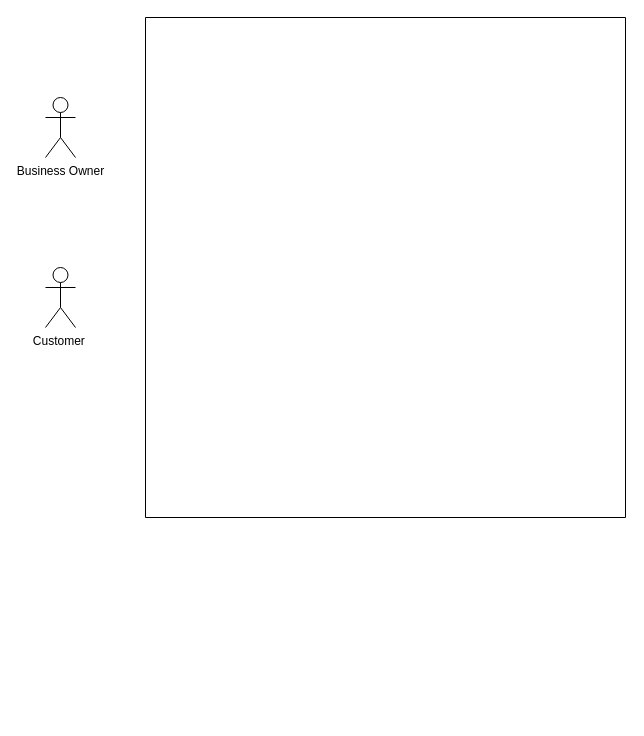
Earlier version of the draw.io diagram Untitled Diagram.drawio (willdonlan8/hello-world). Source tidied: cells renumbered, new cells numbered last; positions are measured from the earlier drawing's top-left corner, leaving out a move shared by most shapes. Both pictures are drawn from the tidied source at 100%, with x=0, y=0 at pixel (45, 17).
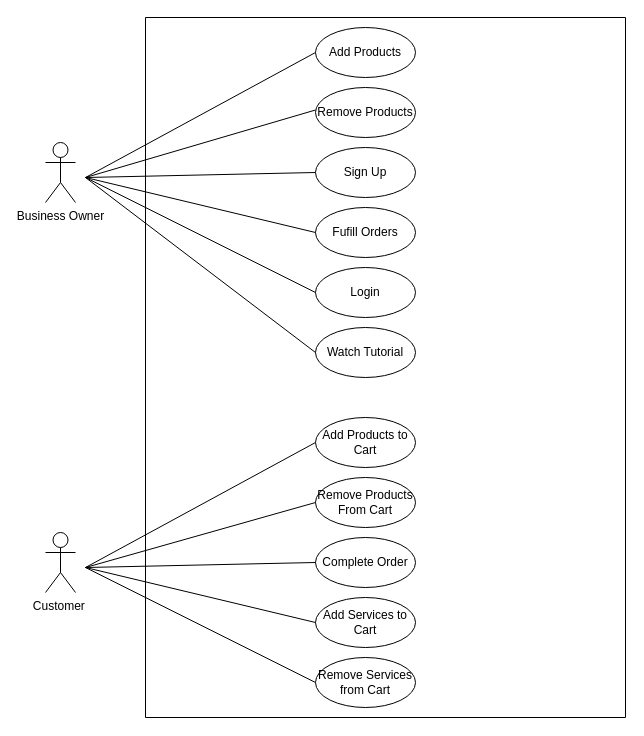
Above is the later version.

What changed in the source:
```diff
@@
     <mxCell id="2" value="Business Owner" style="shape=umlActor;verticalLabelPosition=bottom;verticalAlign=top;html=1;" parent="1" vertex="1">
-      <mxGeometry y="80" width="30" height="60" as="geometry" />
+      <mxGeometry y="125" width="30" height="60" as="geometry" />
     </mxCell>
     <mxCell id="3" value="Customer&amp;nbsp;" style="shape=umlActor;verticalLabelPosition=bottom;verticalAlign=top;html=1;" parent="1" vertex="1">
-      <mxGeometry y="250" width="30" height="60" as="geometry" />
+      <mxGeometry y="515" width="30" height="60" as="geometry" />
     </mxCell>
     <mxCell id="4" style="endArrow=none;html=1;" parent="1" edge="1">
       <mxGeometry relative="1" as="geometry">
-        <mxPoint x="100" y="500" as="sourcePoint" />
+        <mxPoint x="100" y="700" as="sourcePoint" />
         <mxPoint x="100" as="targetPoint" />
       </mxGeometry>
     </mxCell>
     <mxCell id="5" style="endArrow=none;html=1;" parent="1" edge="1">
       <mxGeometry relative="1" as="geometry">
-        <mxPoint x="100" y="500" as="sourcePoint" />
-        <mxPoint x="580" y="500" as="targetPoint" />
+        <mxPoint x="100" y="700" as="sourcePoint" />
+        <mxPoint x="580" y="700" as="targetPoint" />
       </mxGeometry>
     </mxCell>
     <mxCell id="6" style="endArrow=none;html=1;" parent="1" edge="1">
       <mxGeometry relative="1" as="geometry">
-        <mxPoint x="580" y="500" as="sourcePoint" />
+        <mxPoint x="580" y="700" as="sourcePoint" />
         <mxPoint x="580" as="targetPoint" />
       </mxGeometry>
     </mxCell>
@@
+    <mxCell id="8" value="Sign Up" style="ellipse;whiteSpace=wrap;html=1;" parent="1" vertex="1">
+      <mxGeometry x="270" y="130" width="100" height="50" as="geometry" />
+    </mxCell>
+    <mxCell id="9" value="Add Products" style="ellipse;whiteSpace=wrap;html=1;" parent="1" vertex="1">
+      <mxGeometry x="270" y="10" width="100" height="50" as="geometry" />
+    </mxCell>
+    <mxCell id="10" value="Login" style="ellipse;whiteSpace=wrap;html=1;" parent="1" vertex="1">
+      <mxGeometry x="270" y="250" width="100" height="50" as="geometry" />
+    </mxCell>
+    <mxCell id="11" value="Remove Products" style="ellipse;whiteSpace=wrap;html=1;" parent="1" vertex="1">
+      <mxGeometry x="270" y="70" width="100" height="50" as="geometry" />
+    </mxCell>
+    <mxCell id="12" value="Fufill Orders" style="ellipse;whiteSpace=wrap;html=1;" parent="1" vertex="1">
+      <mxGeometry x="270" y="190" width="100" height="50" as="geometry" />
+    </mxCell>
+    <mxCell id="13" value="Watch Tutorial" style="ellipse;whiteSpace=wrap;html=1;" parent="1" vertex="1">
+      <mxGeometry x="270" y="310" width="100" height="50" as="geometry" />
+    </mxCell>
+    <mxCell id="14" style="endArrow=none;html=1;entryX=0;entryY=0.5;entryDx=0;entryDy=0;" parent="1" edge="1" target="9">
+      <mxGeometry relative="1" as="geometry">
+        <mxPoint x="40" y="160" as="sourcePoint" />
+      </mxGeometry>
+    </mxCell>
+    <mxCell id="15" style="endArrow=none;html=1;entryX=0;entryY=0.5;entryDx=0;entryDy=0;" parent="1" edge="1">
+      <mxGeometry relative="1" as="geometry">
+        <mxPoint x="40" y="160" as="sourcePoint" />
+        <mxPoint x="270" y="92.5" as="targetPoint" />
+      </mxGeometry>
+    </mxCell>
+    <mxCell id="16" style="endArrow=none;html=1;entryX=0;entryY=0.5;entryDx=0;entryDy=0;" parent="1" edge="1" target="8">
+      <mxGeometry relative="1" as="geometry">
+        <mxPoint x="40" y="160" as="sourcePoint" />
+      </mxGeometry>
+    </mxCell>
+    <mxCell id="17" style="endArrow=none;html=1;entryX=0;entryY=0.5;entryDx=0;entryDy=0;" parent="1" edge="1" target="12">
+      <mxGeometry relative="1" as="geometry">
+        <mxPoint x="40" y="160" as="sourcePoint" />
+      </mxGeometry>
+    </mxCell>
+    <mxCell id="18" style="endArrow=none;html=1;entryX=0;entryY=0.5;entryDx=0;entryDy=0;" parent="1" edge="1" target="10">
+      <mxGeometry relative="1" as="geometry">
+        <mxPoint x="40" y="160" as="sourcePoint" />
+      </mxGeometry>
+    </mxCell>
+    <mxCell id="19" style="endArrow=none;html=1;entryX=0;entryY=0.5;entryDx=0;entryDy=0;" parent="1" edge="1" target="13">
+      <mxGeometry relative="1" as="geometry">
+        <mxPoint x="40" y="160" as="sourcePoint" />
+      </mxGeometry>
+    </mxCell>
+    <mxCell id="20" value="Add Products to Cart" style="ellipse;whiteSpace=wrap;html=1;" parent="1" vertex="1">
+      <mxGeometry x="270" y="400" width="100" height="50" as="geometry" />
+    </mxCell>
+    <mxCell id="21" value="Remove Products From Cart" style="ellipse;whiteSpace=wrap;html=1;" parent="1" vertex="1">
+      <mxGeometry x="270" y="460" width="100" height="50" as="geometry" />
+    </mxCell>
+    <mxCell id="22" value="Complete Order" style="ellipse;whiteSpace=wrap;html=1;" parent="1" vertex="1">
+      <mxGeometry x="270" y="520" width="100" height="50" as="geometry" />
+    </mxCell>
+    <mxCell id="23" value="Add Services to Cart" style="ellipse;whiteSpace=wrap;html=1;" parent="1" vertex="1">
+      <mxGeometry x="270" y="580" width="100" height="50" as="geometry" />
+    </mxCell>
+    <mxCell id="24" value="Remove Services from Cart" style="ellipse;whiteSpace=wrap;html=1;" parent="1" vertex="1">
+      <mxGeometry x="270" y="640" width="100" height="50" as="geometry" />
+    </mxCell>
+    <mxCell id="25" style="endArrow=none;html=1;entryX=0;entryY=0.5;entryDx=0;entryDy=0;" parent="1" edge="1" target="20">
+      <mxGeometry relative="1" as="geometry">
+        <mxPoint x="40" y="550" as="sourcePoint" />
+      </mxGeometry>
+    </mxCell>
+    <mxCell id="26" style="endArrow=none;html=1;entryX=0;entryY=0.5;entryDx=0;entryDy=0;" parent="1" edge="1" target="21">
+      <mxGeometry relative="1" as="geometry">
+        <mxPoint x="40" y="550" as="sourcePoint" />
+      </mxGeometry>
+    </mxCell>
+    <mxCell id="27" style="endArrow=none;html=1;entryX=0;entryY=0.5;entryDx=0;entryDy=0;" parent="1" edge="1" target="22">
+      <mxGeometry relative="1" as="geometry">
+        <mxPoint x="40" y="550" as="sourcePoint" />
+      </mxGeometry>
+    </mxCell>
+    <mxCell id="28" style="endArrow=none;html=1;entryX=0;entryY=0.5;entryDx=0;entryDy=0;" parent="1" edge="1" target="23">
+      <mxGeometry relative="1" as="geometry">
+        <mxPoint x="40" y="550" as="sourcePoint" />
+      </mxGeometry>
+    </mxCell>
+    <mxCell id="29" style="endArrow=none;html=1;entryX=0;entryY=0.5;entryDx=0;entryDy=0;" parent="1" edge="1" target="24">
+      <mxGeometry relative="1" as="geometry">
+        <mxPoint x="40" y="550" as="sourcePoint" />
+      </mxGeometry>
+    </mxCell>
```
